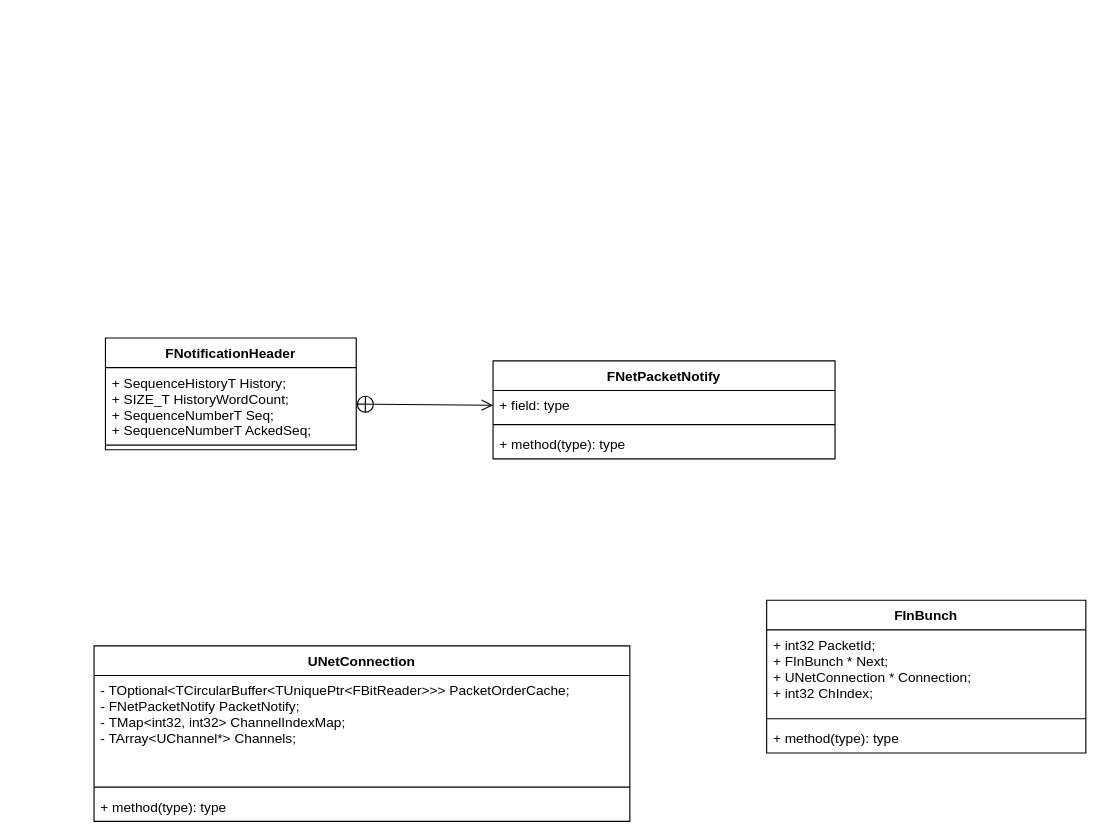
Earlier version of the draw.io diagram page "第 1 页" (1 of 2) of UE4Networking.drawio (jialin0x7c9/UE4NetworkingGraph). Source tidied: cells renumbered, new cells numbered last; positions are measured from the earlier drawing's top-left corner, leaving out a move shared by most shapes. Both pictures are drawn from the tidied source at 114%, with x=0, y=0 at pixel (93, 337).
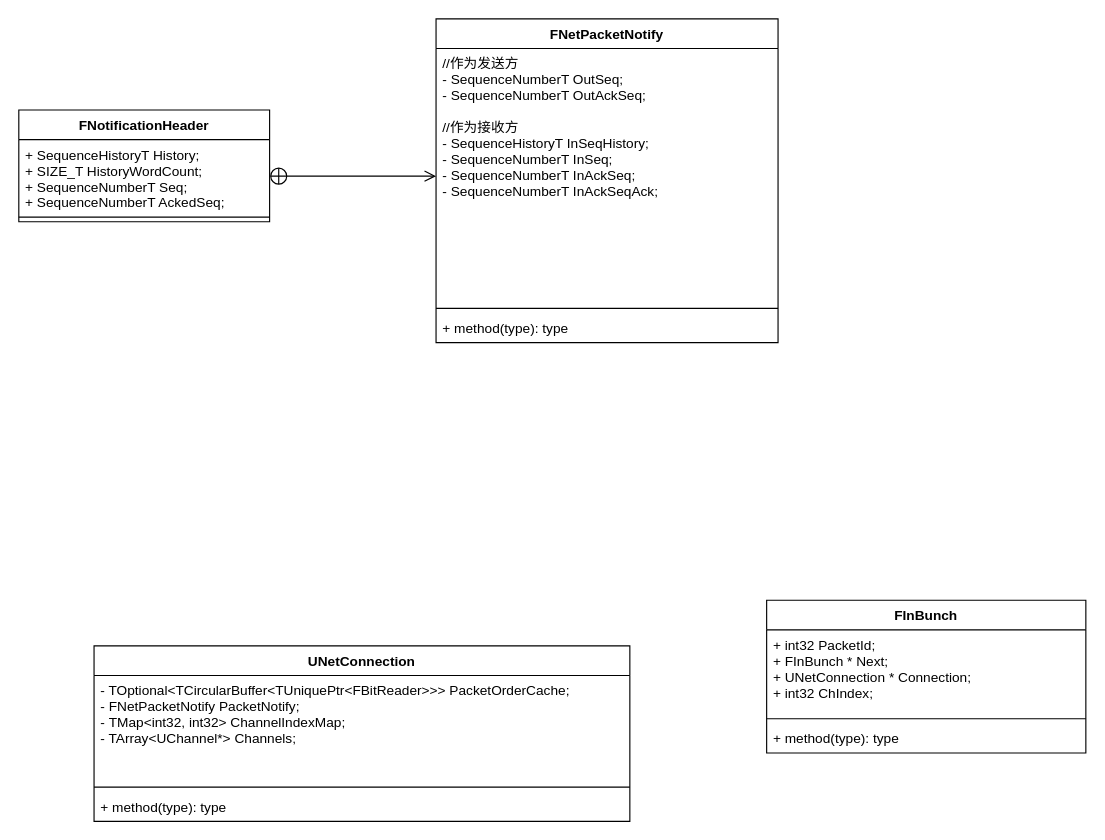
After the change.

Change to the diagram source:
```diff
@@
 <mxGraphModel>
   <root>
     <mxCell id="0" />
     <mxCell id="1" parent="0" />
     <mxCell id="2" value="UNetConnection" style="swimlane;fontStyle=1;align=center;verticalAlign=top;horizontal=1;startSize=26;" parent="1" vertex="1">
       <mxGeometry y="270" width="470" height="154" as="geometry" />
     </mxCell>
     <mxCell id="3" value="- TOptional&lt;TCircularBuffer&lt;TUniquePtr&lt;FBitReader&gt;&gt;&gt; PacketOrderCache;&#10;- FNetPacketNotify PacketNotify;&#10;- TMap&lt;int32, int32&gt; ChannelIndexMap;&#10;- TArray&lt;UChannel*&gt; Channels;" style="text;strokeColor=none;fillColor=none;align=left;verticalAlign=top;spacingLeft=4;spacingRight=4;overflow=hidden;" parent="2" vertex="1">
       <mxGeometry y="26" width="470" height="94" as="geometry" />
     </mxCell>
     <mxCell id="4" style="line;strokeWidth=1;fillColor=none;align=left;verticalAlign=middle;spacingTop=-1;spacingLeft=3;spacingRight=3;labelPosition=right;" parent="2" vertex="1">
       <mxGeometry y="120" width="470" height="8" as="geometry" />
     </mxCell>
     <mxCell id="5" value="+ method(type): type" style="text;strokeColor=none;fillColor=none;align=left;verticalAlign=top;spacingLeft=4;spacingRight=4;overflow=hidden;" parent="2" vertex="1">
       <mxGeometry y="128" width="470" height="26" as="geometry" />
     </mxCell>
     <mxCell id="6" value="FInBunch" style="swimlane;fontStyle=1;align=center;verticalAlign=top;horizontal=1;startSize=26;" parent="1" vertex="1">
       <mxGeometry x="590" y="230" width="280" height="134" as="geometry" />
     </mxCell>
     <mxCell id="7" value="+ int32    PacketId;&#10;+ FInBunch *   Next;&#10;+ UNetConnection * Connection;&#10;+ int32    ChIndex;" style="text;strokeColor=none;fillColor=none;align=left;verticalAlign=top;spacingLeft=4;spacingRight=4;overflow=hidden;" parent="6" vertex="1">
       <mxGeometry y="26" width="280" height="74" as="geometry" />
     </mxCell>
     <mxCell id="8" style="line;strokeWidth=1;fillColor=none;align=left;verticalAlign=middle;spacingTop=-1;spacingLeft=3;spacingRight=3;labelPosition=right;" parent="6" vertex="1">
       <mxGeometry y="100" width="280" height="8" as="geometry" />
     </mxCell>
     <mxCell id="9" value="+ method(type): type" style="text;strokeColor=none;fillColor=none;align=left;verticalAlign=top;spacingLeft=4;spacingRight=4;overflow=hidden;" parent="6" vertex="1">
       <mxGeometry y="108" width="280" height="26" as="geometry" />
     </mxCell>
     <mxCell id="10" value="FNetPacketNotify" style="swimlane;fontStyle=1;align=center;verticalAlign=top;horizontal=1;startSize=26;" parent="1" vertex="1">
-      <mxGeometry x="350" y="20" width="300" height="86" as="geometry" />
+      <mxGeometry x="300" y="-280" width="300" height="284" as="geometry" />
     </mxCell>
-    <mxCell id="11" value="+ field: type" style="text;strokeColor=none;fillColor=none;align=left;verticalAlign=top;spacingLeft=4;spacingRight=4;overflow=hidden;points=[[0,0.5],[1,0.5]];portConstraint=eastwest;" parent="10" vertex="1">
-      <mxGeometry y="26" width="300" height="26" as="geometry" />
+    <mxCell id="11" value="//作为发送方&#10;- SequenceNumberT OutSeq;&#10;- SequenceNumberT OutAckSeq;&#10; &#10;//作为接收方&#10;- SequenceHistoryT InSeqHistory;&#10;- SequenceNumberT InSeq;&#10;- SequenceNumberT InAckSeq;&#10;- SequenceNumberT InAckSeqAck;&#10; " style="text;strokeColor=none;fillColor=none;align=left;verticalAlign=top;spacingLeft=4;spacingRight=4;overflow=hidden;points=[[0,0.5],[1,0.5]];portConstraint=eastwest;" parent="10" vertex="1">
+      <mxGeometry y="26" width="300" height="224" as="geometry" />
     </mxCell>
     <mxCell id="12" style="line;strokeWidth=1;fillColor=none;align=left;verticalAlign=middle;spacingTop=-1;spacingLeft=3;spacingRight=3;labelPosition=right;" parent="10" vertex="1">
-      <mxGeometry y="52" width="300" height="8" as="geometry" />
+      <mxGeometry y="250" width="300" height="8" as="geometry" />
     </mxCell>
     <mxCell id="13" value="+ method(type): type" style="text;strokeColor=none;fillColor=none;align=left;verticalAlign=top;spacingLeft=4;spacingRight=4;overflow=hidden;" parent="10" vertex="1">
-      <mxGeometry y="60" width="300" height="26" as="geometry" />
+      <mxGeometry y="258" width="300" height="26" as="geometry" />
     </mxCell>
     <mxCell id="14" style="endArrow=open;startArrow=circlePlus;endFill=0;startFill=0;endSize=8;html=1;exitX=1;exitY=0.5;exitDx=0;exitDy=0;entryX=0;entryY=0.5;entryDx=0;entryDy=0;" parent="1" edge="1" source="16" target="11">
       <mxGeometry relative="1" as="geometry" />
     </mxCell>
     <mxCell id="15" value="FNotificationHeader" style="swimlane;fontStyle=1;align=center;verticalAlign=top;horizontal=1;startSize=26;" parent="1" vertex="1">
-      <mxGeometry x="10" width="220" height="98" as="geometry" />
+      <mxGeometry x="-66" y="-200" width="220" height="98" as="geometry" />
     </mxCell>
     <mxCell id="16" value="+ SequenceHistoryT History;&#10;+ SIZE_T HistoryWordCount;&#10;+ SequenceNumberT Seq;&#10;+ SequenceNumberT AckedSeq;" style="text;strokeColor=none;fillColor=none;align=left;verticalAlign=top;spacingLeft=4;spacingRight=4;overflow=hidden;points=[[0,0.5],[1,0.5]];portConstraint=eastwest;" parent="15" vertex="1">
       <mxGeometry y="26" width="220" height="64" as="geometry" />
     </mxCell>
     <mxCell id="17" style="line;strokeWidth=1;fillColor=none;align=left;verticalAlign=middle;spacingTop=-1;spacingLeft=3;spacingRight=3;labelPosition=right;" parent="15" vertex="1">
       <mxGeometry y="90" width="220" height="8" as="geometry" />
     </mxCell>
   </root>
 </mxGraphModel>
```
